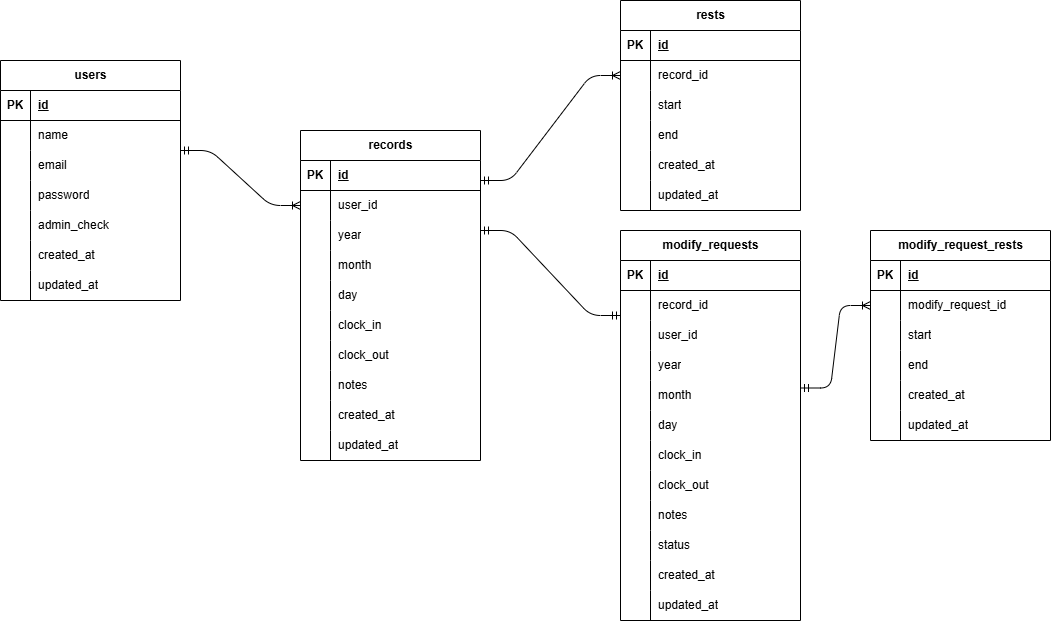
s-kiso/time-clock-system keeps this draw.io diagram as er.drawio.png. Above is the earlier version. Source tidied: cells renumbered, new cells last; positions are measured from the earlier drawing's top-left corner, leaving out a move shared by most shapes.
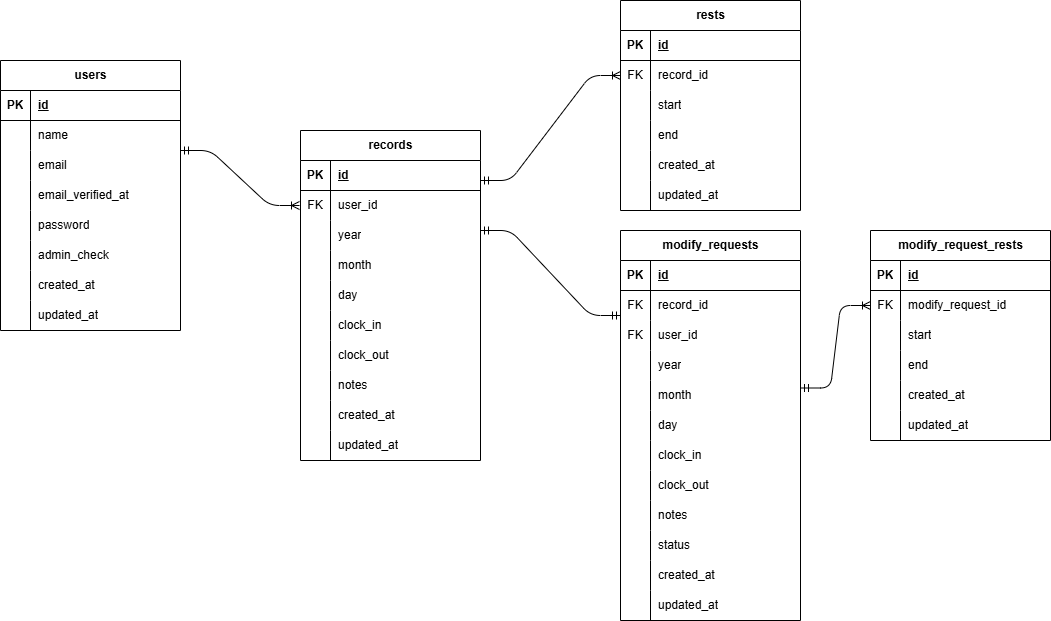
After the change.

Change to the diagram source:
```diff
@@ -3,7 +3,7 @@
     <mxCell id="0" />
     <mxCell id="1" parent="0" />
     <mxCell id="2" value="users" style="shape=table;startSize=30;rowLines=0;fontStyle=1;align=center;html=1;" parent="1" vertex="1">
-      <mxGeometry y="60" width="180" height="240" as="geometry" />
+      <mxGeometry y="60" width="180" height="270" as="geometry" />
     </mxCell>
     <mxCell id="3" style="shape=tableRow;horizontal=0;startSize=0;swimlaneHead=0;swimlaneBody=0;fillColor=none;top=0;left=0;right=0;bottom=1;" parent="2" vertex="1">
       <mxGeometry y="30" width="180" height="30" as="geometry" />
@@ -32,8 +32,17 @@
     <mxCell id="11" value="email" style="shape=partialRectangle;fillColor=none;top=0;left=0;bottom=0;right=0;align=left;spacingLeft=6;overflow=hidden;whiteSpace=wrap;html=1;" parent="9" vertex="1">
       <mxGeometry x="30" width="150" height="30" as="geometry" />
     </mxCell>
+    <mxCell id="134" style="shape=tableRow;horizontal=0;startSize=0;swimlaneHead=0;swimlaneBody=0;fillColor=none;top=0;left=0;right=0;bottom=0;" parent="2" vertex="1">
+      <mxGeometry y="120" width="180" height="30" as="geometry" />
+    </mxCell>
+    <mxCell id="135" style="shape=partialRectangle;fillColor=none;top=0;left=0;bottom=0;right=0;overflow=hidden;whiteSpace=wrap;html=1;" parent="134" vertex="1">
+      <mxGeometry width="30" height="30" as="geometry" />
+    </mxCell>
+    <mxCell id="136" value="email_verified_at" style="shape=partialRectangle;fillColor=none;top=0;left=0;bottom=0;right=0;align=left;spacingLeft=6;overflow=hidden;whiteSpace=wrap;html=1;" parent="134" vertex="1">
+      <mxGeometry x="30" width="150" height="30" as="geometry" />
+    </mxCell>
     <mxCell id="12" style="shape=tableRow;horizontal=0;startSize=0;swimlaneHead=0;swimlaneBody=0;fillColor=none;top=0;left=0;right=0;bottom=0;" parent="2" vertex="1">
-      <mxGeometry y="120" width="180" height="30" as="geometry" />
+      <mxGeometry y="150" width="180" height="30" as="geometry" />
     </mxCell>
     <mxCell id="13" style="shape=partialRectangle;fillColor=none;top=0;left=0;bottom=0;right=0;overflow=hidden;whiteSpace=wrap;html=1;" parent="12" vertex="1">
       <mxGeometry width="30" height="30" as="geometry" />
@@ -42,7 +51,7 @@
       <mxGeometry x="30" width="150" height="30" as="geometry" />
     </mxCell>
     <mxCell id="15" style="shape=tableRow;horizontal=0;startSize=0;swimlaneHead=0;swimlaneBody=0;fillColor=none;top=0;left=0;right=0;bottom=0;" parent="2" vertex="1">
-      <mxGeometry y="150" width="180" height="30" as="geometry" />
+      <mxGeometry y="180" width="180" height="30" as="geometry" />
     </mxCell>
     <mxCell id="16" style="shape=partialRectangle;fillColor=none;top=0;left=0;bottom=0;right=0;overflow=hidden;whiteSpace=wrap;html=1;" parent="15" vertex="1">
       <mxGeometry width="30" height="30" as="geometry" />
@@ -51,7 +60,7 @@
       <mxGeometry x="30" width="150" height="30" as="geometry" />
     </mxCell>
     <mxCell id="18" style="shape=tableRow;horizontal=0;startSize=0;swimlaneHead=0;swimlaneBody=0;fillColor=none;top=0;left=0;right=0;bottom=0;" parent="2" vertex="1">
-      <mxGeometry y="180" width="180" height="30" as="geometry" />
+      <mxGeometry y="210" width="180" height="30" as="geometry" />
     </mxCell>
     <mxCell id="19" style="shape=partialRectangle;fillColor=none;top=0;left=0;bottom=0;right=0;overflow=hidden;whiteSpace=wrap;html=1;" parent="18" vertex="1">
       <mxGeometry width="30" height="30" as="geometry" />
@@ -60,7 +69,7 @@
       <mxGeometry x="30" width="150" height="30" as="geometry" />
     </mxCell>
     <mxCell id="21" style="shape=tableRow;horizontal=0;startSize=0;swimlaneHead=0;swimlaneBody=0;fillColor=none;top=0;left=0;right=0;bottom=0;" parent="2" vertex="1">
-      <mxGeometry y="210" width="180" height="30" as="geometry" />
+      <mxGeometry y="240" width="180" height="30" as="geometry" />
     </mxCell>
     <mxCell id="22" style="shape=partialRectangle;fillColor=none;top=0;left=0;bottom=0;right=0;overflow=hidden;whiteSpace=wrap;html=1;" parent="21" vertex="1">
       <mxGeometry width="30" height="30" as="geometry" />
@@ -80,10 +89,10 @@
     <mxCell id="27" value="id" style="shape=partialRectangle;fillColor=none;top=0;left=0;bottom=0;right=0;align=left;spacingLeft=6;fontStyle=5;overflow=hidden;whiteSpace=wrap;html=1;" parent="25" vertex="1">
       <mxGeometry x="30" width="150" height="30" as="geometry" />
     </mxCell>
-    <mxCell id="28" style="shape=tableRow;horizontal=0;startSize=0;swimlaneHead=0;swimlaneBody=0;fillColor=none;points=[[0,0.5],[1,0.5]];portConstraint=eastwest;top=0;left=0;right=0;bottom=0;" parent="24" vertex="1">
+    <mxCell id="28" style="shape=tableRow;horizontal=0;startSize=0;swimlaneHead=0;swimlaneBody=0;fillColor=none;points=[[0,0.5],[1,0.5]];portConstraint=eastwest;top=0;left=0;right=0;bottom=0;perimeterSpacing=1;" parent="24" vertex="1">
       <mxGeometry y="60" width="180" height="30" as="geometry" />
     </mxCell>
-    <mxCell id="29" style="shape=partialRectangle;fillColor=none;top=0;left=0;bottom=0;right=0;overflow=hidden;whiteSpace=wrap;html=1;" parent="28" vertex="1">
+    <mxCell id="29" value="FK" style="shape=partialRectangle;fillColor=none;top=0;left=0;bottom=0;right=0;overflow=hidden;whiteSpace=wrap;html=1;" parent="28" vertex="1">
       <mxGeometry width="30" height="30" as="geometry" />
     </mxCell>
     <mxCell id="30" value="user_id" style="shape=partialRectangle;fillColor=none;top=0;left=0;bottom=0;right=0;align=left;spacingLeft=6;overflow=hidden;whiteSpace=wrap;html=1;" parent="28" vertex="1">
@@ -176,7 +185,7 @@
     <mxCell id="59" style="shape=tableRow;horizontal=0;startSize=0;swimlaneHead=0;swimlaneBody=0;fillColor=none;points=[[0,0.5],[1,0.5]];portConstraint=eastwest;top=0;left=0;right=0;bottom=0;" parent="55" vertex="1">
       <mxGeometry y="60" width="180" height="30" as="geometry" />
     </mxCell>
-    <mxCell id="60" style="shape=partialRectangle;fillColor=none;top=0;left=0;bottom=0;right=0;overflow=hidden;whiteSpace=wrap;html=1;" parent="59" vertex="1">
+    <mxCell id="60" value="FK" style="shape=partialRectangle;fillColor=none;top=0;left=0;bottom=0;right=0;overflow=hidden;whiteSpace=wrap;html=1;" parent="59" vertex="1">
       <mxGeometry width="30" height="30" as="geometry" />
     </mxCell>
     <mxCell id="61" value="record_id" style="shape=partialRectangle;fillColor=none;top=0;left=0;bottom=0;right=0;align=left;spacingLeft=6;overflow=hidden;whiteSpace=wrap;html=1;" parent="59" vertex="1">
@@ -249,7 +258,7 @@
     <mxCell id="81" style="shape=tableRow;horizontal=0;startSize=0;swimlaneHead=0;swimlaneBody=0;fillColor=none;top=0;left=0;right=0;bottom=0;" parent="77" vertex="1">
       <mxGeometry y="60" width="180" height="30" as="geometry" />
     </mxCell>
-    <mxCell id="82" style="shape=partialRectangle;fillColor=none;top=0;left=0;bottom=0;right=0;overflow=hidden;whiteSpace=wrap;html=1;" parent="81" vertex="1">
+    <mxCell id="82" value="FK" style="shape=partialRectangle;fillColor=none;top=0;left=0;bottom=0;right=0;overflow=hidden;whiteSpace=wrap;html=1;" parent="81" vertex="1">
       <mxGeometry width="30" height="30" as="geometry" />
     </mxCell>
     <mxCell id="83" value="record_id" style="shape=partialRectangle;fillColor=none;top=0;left=0;bottom=0;right=0;align=left;spacingLeft=6;overflow=hidden;whiteSpace=wrap;html=1;" parent="81" vertex="1">
@@ -258,7 +267,7 @@
     <mxCell id="84" style="shape=tableRow;horizontal=0;startSize=0;swimlaneHead=0;swimlaneBody=0;fillColor=none;top=0;left=0;right=0;bottom=0;" parent="77" vertex="1">
       <mxGeometry y="90" width="180" height="30" as="geometry" />
     </mxCell>
-    <mxCell id="85" style="shape=partialRectangle;fillColor=none;top=0;left=0;bottom=0;right=0;overflow=hidden;whiteSpace=wrap;html=1;" parent="84" vertex="1">
+    <mxCell id="85" value="FK" style="shape=partialRectangle;fillColor=none;top=0;left=0;bottom=0;right=0;overflow=hidden;whiteSpace=wrap;html=1;" parent="84" vertex="1">
       <mxGeometry width="30" height="30" as="geometry" />
     </mxCell>
     <mxCell id="86" value="user_id" style="shape=partialRectangle;fillColor=none;top=0;left=0;bottom=0;right=0;align=left;spacingLeft=6;overflow=hidden;whiteSpace=wrap;html=1;" parent="84" vertex="1">
@@ -360,7 +369,7 @@
     <mxCell id="118" style="shape=tableRow;horizontal=0;startSize=0;swimlaneHead=0;swimlaneBody=0;fillColor=none;points=[[0,0.5],[1,0.5]];portConstraint=eastwest;top=0;left=0;right=0;bottom=0;" parent="114" vertex="1">
       <mxGeometry y="60" width="180" height="30" as="geometry" />
     </mxCell>
-    <mxCell id="119" style="shape=partialRectangle;fillColor=none;top=0;left=0;bottom=0;right=0;overflow=hidden;whiteSpace=wrap;html=1;" parent="118" vertex="1">
+    <mxCell id="119" value="FK" style="shape=partialRectangle;fillColor=none;top=0;left=0;bottom=0;right=0;overflow=hidden;whiteSpace=wrap;html=1;" parent="118" vertex="1">
       <mxGeometry width="30" height="30" as="geometry" />
     </mxCell>
     <mxCell id="120" value="modify_request_id" style="shape=partialRectangle;fillColor=none;top=0;left=0;bottom=0;right=0;align=left;spacingLeft=6;overflow=hidden;whiteSpace=wrap;html=1;" parent="118" vertex="1">
```
